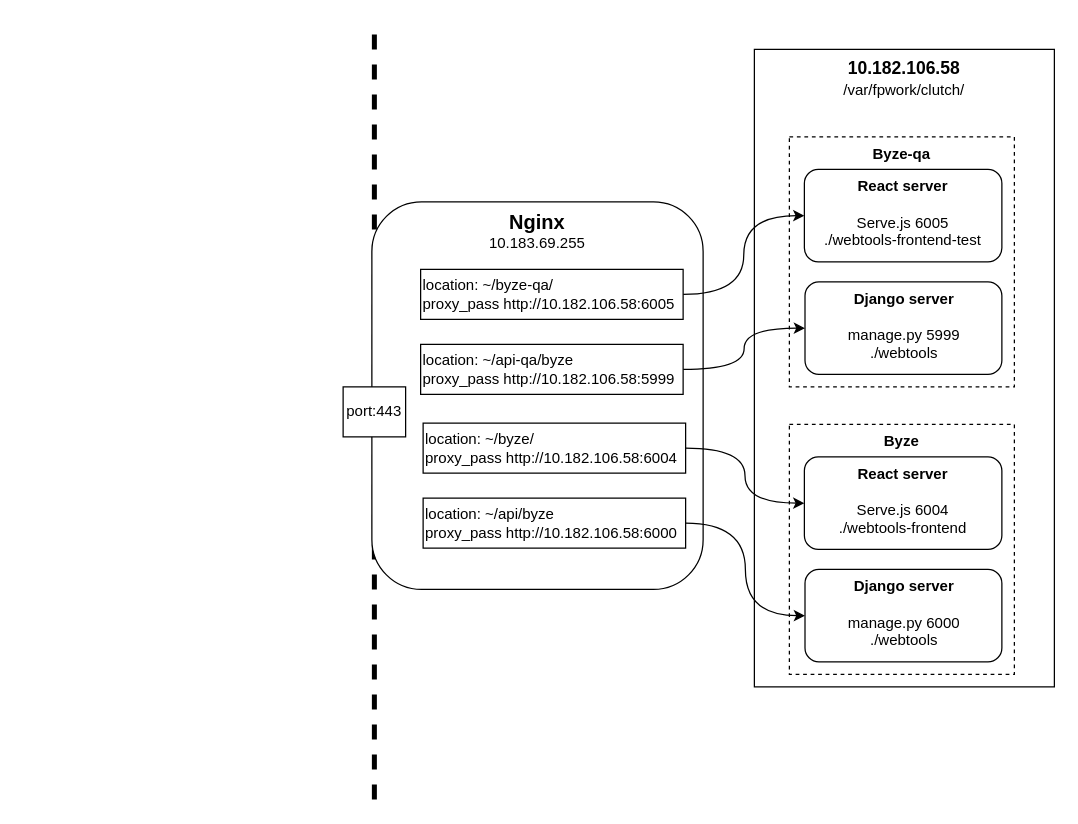
fengchutadie/diagram keeps this draw.io diagram as Byze.drawio. Above is the earlier version. Source tidied: cells renumbered, new cells numbered last; positions are measured from the earlier drawing's top-left corner, leaving out a move shared by most shapes. Both pictures are drawn from the tidied source at 125%, with x=0, y=0 at pixel (342, 24).
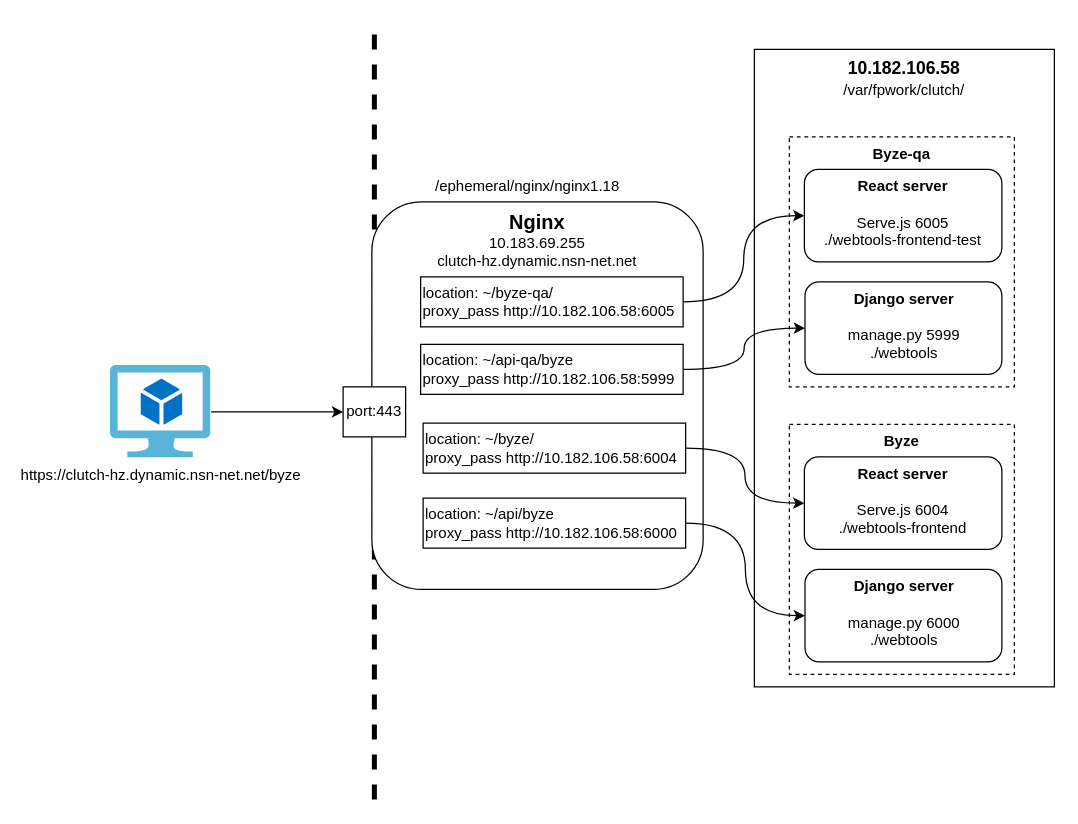
The same diagram, later.

The change refers to these unchanged cells:
```xml
<mxCell id="19" value="port:443" style="rounded=0;whiteSpace=wrap;html=1;" parent="1" vertex="1">
  <mxGeometry y="290" width="50" height="40" as="geometry" />
</mxCell>
```

The edit, as a diff of the source:
```diff
@@
-    <mxCell id="10" value="&lt;font style=&quot;font-size: 16px;&quot;&gt;&lt;b&gt;Nginx&lt;/b&gt;&lt;/font&gt;&lt;div&gt;10.183.69.255&lt;br&gt;&lt;/div&gt;" style="rounded=1;whiteSpace=wrap;html=1;verticalAlign=top;" parent="1" vertex="1">
+    <mxCell id="10" value="&lt;font style=&quot;font-size: 16px;&quot;&gt;&lt;b&gt;Nginx&lt;/b&gt;&lt;/font&gt;&lt;div&gt;10.183.69.255&lt;br&gt;&lt;span style=&quot;text-wrap: nowrap; background-color: rgb(255, 255, 255);&quot;&gt;clutch-hz.dynamic.nsn-net.net&lt;/span&gt;&lt;br&gt;&lt;/div&gt;" style="rounded=1;whiteSpace=wrap;html=1;verticalAlign=top;" parent="1" vertex="1">
       <mxGeometry x="23" y="142" width="265" height="310" as="geometry" />
     </mxCell>
@@
     <mxCell id="16" value="location: ~/byze-qa/&lt;div&gt;proxy_pass http://10.182.106.58:6005&lt;br&gt;&lt;/div&gt;" style="rounded=0;whiteSpace=wrap;html=1;align=left;" parent="1" vertex="1">
-      <mxGeometry x="62" y="196" width="210" height="40" as="geometry" />
+      <mxGeometry x="62" y="202" width="210" height="40" as="geometry" />
     </mxCell>
@@
+    <mxCell id="20" style="edgeStyle=orthogonalEdgeStyle;rounded=0;jettySize=auto;html=1;entryX=0;entryY=0.5;entryDx=0;entryDy=0;" parent="1" edge="1" source="21" target="19">
+      <mxGeometry relative="1" as="geometry" />
+    </mxCell>
+    <mxCell id="21" value="https://clutch-hz.dynamic.nsn-net.net/byze" style="image;sketch=0;html=1;points=[];align=center;fontSize=12;image=img/lib/mscae/Virtual_Machine_2.svg;" parent="1" vertex="1">
+      <mxGeometry x="-186" y="273" width="80.4" height="74" as="geometry" />
+    </mxCell>
+    <mxCell id="22" value="&lt;span&gt;&lt;span class=&quot;ui-provider a b c d e f g h i j k l m n o p q r s t u v w x y z ab ac ae af ag ah ai aj ak&quot; dir=&quot;ltr&quot;&gt;/ephemeral/nginx/nginx1.18&lt;/span&gt;&lt;/span&gt;" style="text;whiteSpace=wrap;html=1;" parent="1" vertex="1">
+      <mxGeometry x="72" y="116" width="175" height="36" as="geometry" />
+    </mxCell>
```
